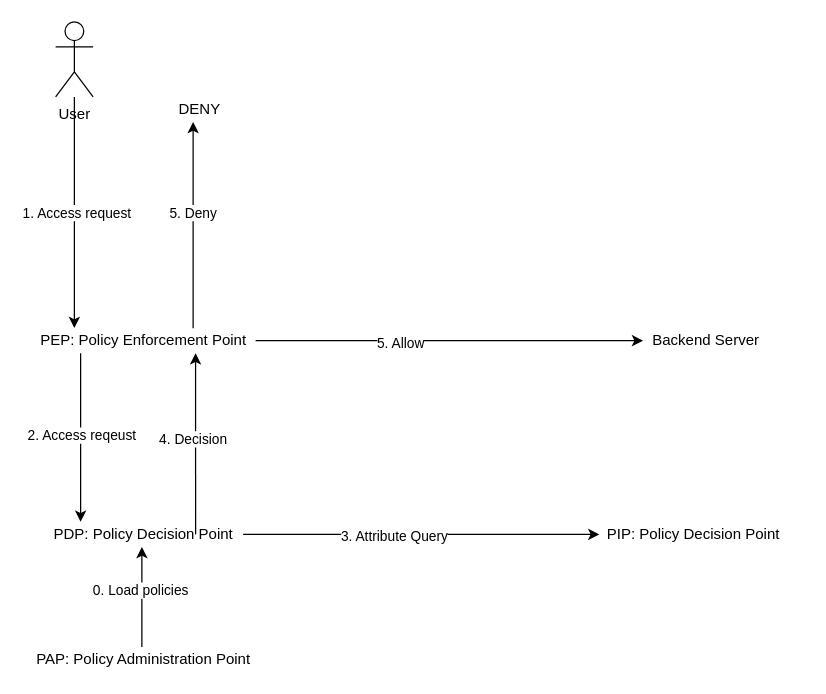
Above: ABAC-flow.drawio in weijiany/ABAC-implement (draw.io), before the change. Source tidied: cells renumbered, new cells numbered last; positions are measured from the earlier drawing's top-left corner, leaving out a move shared by most shapes. Both pictures are drawn from the tidied source at 125%, with x=0, y=0 at pixel (24, 21).
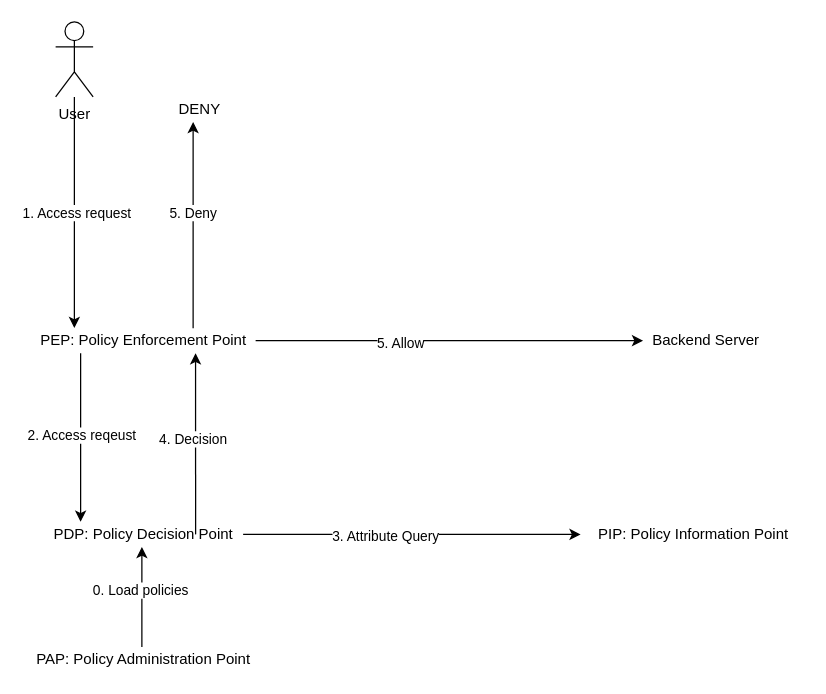
Above is the later version.

What changed in the source:
```diff
@@
-    <mxCell id="15" value="PIP:&amp;nbsp;Policy Decision Point" style="text;html=1;align=center;verticalAlign=middle;points=[];strokeColor=none;fillColor=none;" parent="1" vertex="1">
-      <mxGeometry x="460" y="400" width="150" height="20" as="geometry" />
+    <mxCell id="15" value="PIP:&amp;nbsp;Policy Information Point" style="text;html=1;align=center;verticalAlign=middle;points=[];strokeColor=none;fillColor=none;" parent="1" vertex="1">
+      <mxGeometry x="445" y="395" width="180" height="30" as="geometry" />
     </mxCell>
```
